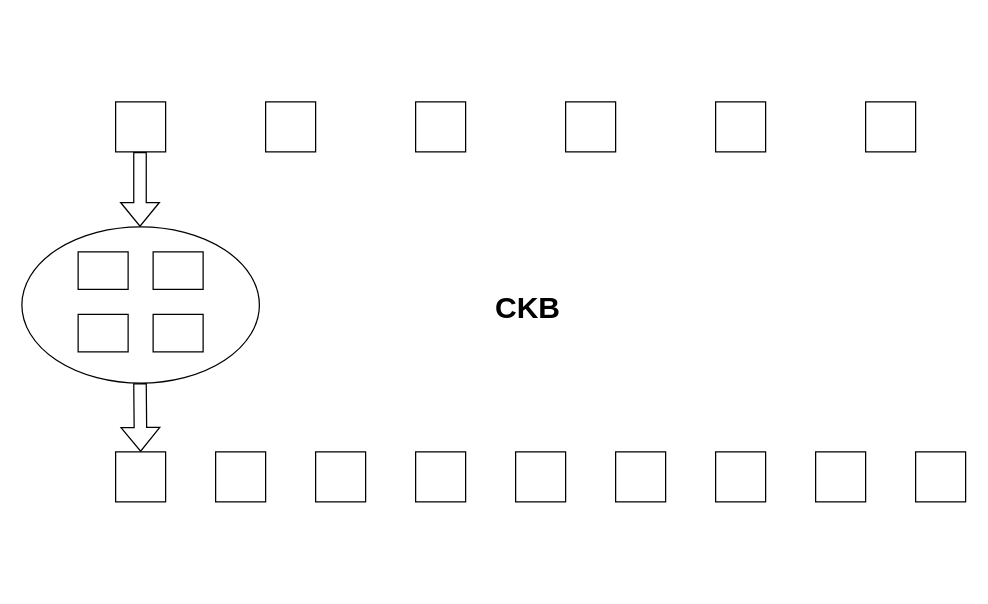
This is 未命名绘图.drawio from hongda3141/draw.io.backup, a draw.io file, before an edit. Source tidied: cells renumbered, new cells numbered last; positions are measured from the earlier drawing's top-left corner, leaving out a move shared by most shapes. Both pictures are drawn from the tidied source at 125%, with x=0, y=0 at pixel (21, 101).
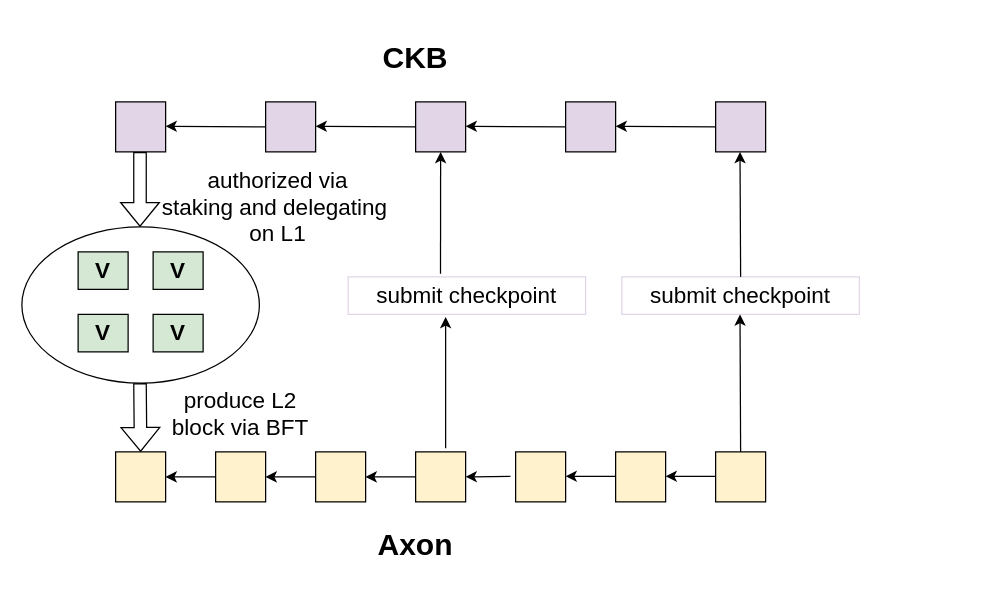
Above is the later version.

Commit message (it also covers changes not shown here):
更新未命名绘图.drawio

The edit, as a diff of the source:
```diff
@@
-    <mxCell id="3" style="whiteSpace=wrap;html=1;" parent="1" vertex="1">
+    <mxCell id="3" style="whiteSpace=wrap;html=1;fillColor=#E1D5E7;" parent="1" vertex="1">
       <mxGeometry x="75" width="40" height="40" as="geometry" />
     </mxCell>
-    <mxCell id="4" style="whiteSpace=wrap;html=1;" parent="1" vertex="1">
+    <mxCell id="4" style="whiteSpace=wrap;html=1;fillColor=#E1D5E7;" parent="1" vertex="1">
       <mxGeometry x="315" width="40" height="40" as="geometry" />
     </mxCell>
-    <mxCell id="5" style="whiteSpace=wrap;html=1;" parent="1" vertex="1">
+    <mxCell id="5" style="whiteSpace=wrap;html=1;fillColor=#E1D5E7;" parent="1" vertex="1">
       <mxGeometry x="555" width="40" height="40" as="geometry" />
     </mxCell>
-    <mxCell id="6" style="whiteSpace=wrap;html=1;" parent="1" vertex="1">
+    <mxCell id="6" style="whiteSpace=wrap;html=1;fillColor=#E1D5E7;" parent="1" vertex="1">
       <mxGeometry x="195" width="40" height="40" as="geometry" />
     </mxCell>
-    <mxCell id="7" style="whiteSpace=wrap;html=1;" parent="1" vertex="1">
+    <mxCell id="7" style="whiteSpace=wrap;html=1;fillColor=#E1D5E7;" parent="1" vertex="1">
       <mxGeometry x="435" width="40" height="40" as="geometry" />
     </mxCell>
-    <mxCell id="8" style="whiteSpace=wrap;html=1;" parent="1" vertex="1">
-      <mxGeometry x="675" width="40" height="40" as="geometry" />
-    </mxCell>
-    <mxCell id="9" style="whiteSpace=wrap;html=1;" parent="1" vertex="1">
-      <mxGeometry x="715" y="280" width="40" height="40" as="geometry" />
-    </mxCell>
-    <mxCell id="10" style="whiteSpace=wrap;html=1;" parent="1" vertex="1">
-      <mxGeometry x="635" y="280" width="40" height="40" as="geometry" />
-    </mxCell>
-    <mxCell id="11" style="whiteSpace=wrap;html=1;" parent="1" vertex="1">
+    <mxCell id="11" style="whiteSpace=wrap;html=1;fillColor=#FFF2CC;" parent="1" vertex="1">
       <mxGeometry x="555" y="280" width="40" height="40" as="geometry" />
     </mxCell>
-    <mxCell id="12" style="whiteSpace=wrap;html=1;" parent="1" vertex="1">
+    <mxCell id="12" style="whiteSpace=wrap;html=1;fillColor=#FFF2CC;" parent="1" vertex="1">
       <mxGeometry x="475" y="280" width="40" height="40" as="geometry" />
     </mxCell>
-    <mxCell id="13" style="whiteSpace=wrap;html=1;" parent="1" vertex="1">
+    <mxCell id="13" style="whiteSpace=wrap;html=1;fillColor=#FFF2CC;" parent="1" vertex="1">
       <mxGeometry x="395" y="280" width="40" height="40" as="geometry" />
     </mxCell>
-    <mxCell id="14" style="whiteSpace=wrap;html=1;" parent="1" vertex="1">
+    <mxCell id="14" style="whiteSpace=wrap;html=1;fillColor=#FFF2CC;" parent="1" vertex="1">
       <mxGeometry x="315" y="280" width="40" height="40" as="geometry" />
     </mxCell>
-    <mxCell id="15" style="whiteSpace=wrap;html=1;" parent="1" vertex="1">
+    <mxCell id="15" style="whiteSpace=wrap;html=1;fillColor=#FFF2CC;" parent="1" vertex="1">
       <mxGeometry x="235" y="280" width="40" height="40" as="geometry" />
     </mxCell>
-    <mxCell id="16" style="whiteSpace=wrap;html=1;" parent="1" vertex="1">
+    <mxCell id="16" style="whiteSpace=wrap;html=1;fillColor=#FFF2CC;" parent="1" vertex="1">
       <mxGeometry x="155" y="280" width="40" height="40" as="geometry" />
     </mxCell>
-    <mxCell id="17" style="whiteSpace=wrap;html=1;" parent="1" vertex="1">
+    <mxCell id="17" style="whiteSpace=wrap;html=1;fillColor=#FFF2CC;" parent="1" vertex="1">
       <mxGeometry x="75" y="280" width="40" height="40" as="geometry" />
     </mxCell>
-    <mxCell id="18" style="rounded=0;whiteSpace=wrap;html=1;" parent="1" vertex="1">
+    <mxCell id="18" value="&lt;h3&gt;&lt;font style=&quot;font-size: 18px;&quot;&gt;V&lt;/font&gt;&lt;/h3&gt;" style="rounded=0;whiteSpace=wrap;html=1;fillColor=#D5E8D4;" parent="1" vertex="1">
       <mxGeometry x="45" y="120" width="40" height="30" as="geometry" />
     </mxCell>
-    <mxCell id="19" style="rounded=0;whiteSpace=wrap;html=1;" parent="1" vertex="1">
+    <mxCell id="19" value="&lt;h3 style=&quot;border-color: var(--border-color);&quot;&gt;&lt;font style=&quot;border-color: var(--border-color); font-size: 18px;&quot;&gt;V&lt;/font&gt;&lt;/h3&gt;" style="rounded=0;whiteSpace=wrap;html=1;fillColor=#D5E8D4;" parent="1" vertex="1">
       <mxGeometry x="105" y="120" width="40" height="30" as="geometry" />
     </mxCell>
-    <mxCell id="20" style="rounded=0;whiteSpace=wrap;html=1;" parent="1" vertex="1">
+    <mxCell id="20" value="&lt;h3 style=&quot;border-color: var(--border-color);&quot;&gt;&lt;font style=&quot;border-color: var(--border-color); font-size: 18px;&quot;&gt;V&lt;/font&gt;&lt;/h3&gt;" style="rounded=0;whiteSpace=wrap;html=1;fillColor=#D5E8D4;" parent="1" vertex="1">
       <mxGeometry x="105" y="170" width="40" height="30" as="geometry" />
     </mxCell>
-    <mxCell id="21" style="rounded=0;whiteSpace=wrap;html=1;" parent="1" vertex="1">
+    <mxCell id="21" value="&lt;h3 style=&quot;border-color: var(--border-color);&quot;&gt;&lt;font style=&quot;border-color: var(--border-color); font-size: 18px;&quot;&gt;V&lt;/font&gt;&lt;/h3&gt;" style="rounded=0;whiteSpace=wrap;html=1;fillColor=#D5E8D4;" parent="1" vertex="1">
       <mxGeometry x="45" y="170" width="40" height="30" as="geometry" />
     </mxCell>
@@
     <mxCell id="24" value="&lt;h2&gt;&lt;font style=&quot;font-size: 24px;&quot;&gt;CKB&lt;/font&gt;&lt;/h2&gt;" style="text;strokeColor=none;align=center;fillColor=none;html=1;verticalAlign=middle;whiteSpace=wrap;rounded=0;shadow=1;" parent="1" vertex="1">
-      <mxGeometry x="375" y="150" width="60" height="30" as="geometry" />
+      <mxGeometry x="285" y="-50" width="60" height="30" as="geometry" />
     </mxCell>
+    <mxCell id="25" value="&lt;h2&gt;&lt;font style=&quot;font-size: 24px;&quot;&gt;Axon&lt;/font&gt;&lt;/h2&gt;" style="text;strokeColor=none;align=center;fillColor=none;html=1;verticalAlign=middle;whiteSpace=wrap;rounded=0;shadow=1;" parent="1" vertex="1">
+      <mxGeometry x="285" y="340" width="60" height="30" as="geometry" />
+    </mxCell>
+    <mxCell id="26" value="authorized via&lt;br&gt;staking and delegating&amp;nbsp;&lt;br&gt;on L1" style="text;strokeColor=none;align=center;fillColor=none;html=1;verticalAlign=middle;whiteSpace=wrap;rounded=0;fontSize=18;" parent="1" vertex="1">
+      <mxGeometry x="85" y="50" width="240" height="70" as="geometry" />
+    </mxCell>
+    <mxCell id="27" value="produce L2&lt;br&gt;block via BFT" style="text;strokeColor=none;align=center;fillColor=none;html=1;verticalAlign=middle;whiteSpace=wrap;rounded=0;fontSize=18;" parent="1" vertex="1">
+      <mxGeometry x="95" y="225" width="160" height="50" as="geometry" />
+    </mxCell>
+    <mxCell id="28" value="submit checkpoint" style="text;strokeColor=#E1D5E7;align=center;fillColor=none;html=1;verticalAlign=middle;whiteSpace=wrap;rounded=0;fontSize=18;" parent="1" vertex="1">
+      <mxGeometry x="261" y="140" width="190" height="30" as="geometry" />
+    </mxCell>
+    <mxCell id="29" value="submit checkpoint" style="text;strokeColor=#E1D5E7;align=center;fillColor=none;html=1;verticalAlign=middle;whiteSpace=wrap;rounded=0;fontSize=18;" parent="1" vertex="1">
+      <mxGeometry x="480" y="140" width="190" height="30" as="geometry" />
+    </mxCell>
+    <mxCell id="30" style="endArrow=classic;html=1;rounded=0;fontSize=18;entryX=0.5;entryY=1;entryDx=0;entryDy=0;exitX=0.389;exitY=-0.083;exitDx=0;exitDy=0;exitPerimeter=0;fillColor=#54E3FF;" parent="1" edge="1" source="28" target="4">
+      <mxGeometry relative="1" as="geometry" />
+    </mxCell>
+    <mxCell id="31" style="endArrow=classic;html=1;rounded=0;fontSize=18;" parent="1" edge="1">
+      <mxGeometry relative="1" as="geometry">
+        <mxPoint x="339" y="277" as="sourcePoint" />
+        <mxPoint x="339" y="172" as="targetPoint" />
+      </mxGeometry>
+    </mxCell>
+    <mxCell id="32" style="endArrow=classic;html=1;rounded=0;fontSize=18;entryX=0.5;entryY=1;entryDx=0;entryDy=0;exitX=0.5;exitY=0;exitDx=0;exitDy=0;" parent="1" edge="1" source="29">
+      <mxGeometry relative="1" as="geometry">
+        <mxPoint x="574.5" y="40" as="targetPoint" />
+      </mxGeometry>
+    </mxCell>
+    <mxCell id="33" style="endArrow=classic;html=1;rounded=0;fontSize=18;entryX=0.5;entryY=1;entryDx=0;entryDy=0;exitX=0.5;exitY=0;exitDx=0;exitDy=0;" parent="1" edge="1" source="11">
+      <mxGeometry relative="1" as="geometry">
+        <mxPoint x="574.5" y="170" as="targetPoint" />
+      </mxGeometry>
+    </mxCell>
+    <mxCell id="34" style="endArrow=classic;html=1;rounded=0;fontSize=18;fillColor=#54E3FF;exitX=0;exitY=0.5;exitDx=0;exitDy=0;" parent="1" edge="1" source="6">
+      <mxGeometry relative="1" as="geometry">
+        <mxPoint x="115" y="19.5" as="targetPoint" />
+      </mxGeometry>
+    </mxCell>
+    <mxCell id="35" style="endArrow=classic;html=1;rounded=0;fontSize=18;fillColor=#54E3FF;exitX=0;exitY=0.5;exitDx=0;exitDy=0;" parent="1" edge="1">
+      <mxGeometry relative="1" as="geometry">
+        <mxPoint x="315" y="20" as="sourcePoint" />
+        <mxPoint x="235" y="19.5" as="targetPoint" />
+      </mxGeometry>
+    </mxCell>
+    <mxCell id="36" style="endArrow=classic;html=1;rounded=0;fontSize=18;fillColor=#54E3FF;exitX=0;exitY=0.5;exitDx=0;exitDy=0;" parent="1" edge="1">
+      <mxGeometry relative="1" as="geometry">
+        <mxPoint x="435" y="20" as="sourcePoint" />
+        <mxPoint x="355" y="19.5" as="targetPoint" />
+      </mxGeometry>
+    </mxCell>
+    <mxCell id="37" style="endArrow=classic;html=1;rounded=0;fontSize=18;fillColor=#54E3FF;exitX=0;exitY=0.5;exitDx=0;exitDy=0;" parent="1" edge="1">
+      <mxGeometry relative="1" as="geometry">
+        <mxPoint x="555" y="20" as="sourcePoint" />
+        <mxPoint x="475" y="19.5" as="targetPoint" />
+      </mxGeometry>
+    </mxCell>
+    <mxCell id="38" style="endArrow=classic;html=1;rounded=0;fontSize=18;fillColor=#54E3FF;" parent="1" edge="1">
+      <mxGeometry relative="1" as="geometry">
+        <mxPoint x="555" y="299.5" as="sourcePoint" />
+        <mxPoint x="515" y="299.5" as="targetPoint" />
+      </mxGeometry>
+    </mxCell>
+    <mxCell id="39" style="endArrow=classic;html=1;rounded=0;fontSize=18;fillColor=#54E3FF;" parent="1" edge="1">
+      <mxGeometry relative="1" as="geometry">
+        <mxPoint x="475" y="299.5" as="sourcePoint" />
+        <mxPoint x="435" y="299.5" as="targetPoint" />
+      </mxGeometry>
+    </mxCell>
+    <mxCell id="40" style="endArrow=classic;html=1;rounded=0;fontSize=18;fillColor=#54E3FF;entryX=1;entryY=0.5;entryDx=0;entryDy=0;" parent="1" edge="1" target="14">
+      <mxGeometry relative="1" as="geometry">
+        <mxPoint x="391" y="299.5" as="sourcePoint" />
+      </mxGeometry>
+    </mxCell>
+    <mxCell id="41" style="endArrow=classic;html=1;rounded=0;fontSize=18;fillColor=#54E3FF;exitX=0;exitY=0.5;exitDx=0;exitDy=0;" parent="1" edge="1">
+      <mxGeometry relative="1" as="geometry">
+        <mxPoint x="315" y="300" as="sourcePoint" />
+        <mxPoint x="275" y="300" as="targetPoint" />
+      </mxGeometry>
+    </mxCell>
+    <mxCell id="42" style="endArrow=classic;html=1;rounded=0;fontSize=18;fillColor=#54E3FF;" parent="1" edge="1">
+      <mxGeometry relative="1" as="geometry">
+        <mxPoint x="235" y="300" as="sourcePoint" />
+        <mxPoint x="195" y="300" as="targetPoint" />
+      </mxGeometry>
+    </mxCell>
+    <mxCell id="43" style="endArrow=classic;html=1;rounded=0;fontSize=18;fillColor=#54E3FF;" parent="1" edge="1">
+      <mxGeometry relative="1" as="geometry">
+        <mxPoint x="155" y="300" as="sourcePoint" />
+        <mxPoint x="115" y="300" as="targetPoint" />
+      </mxGeometry>
+    </mxCell>
```
